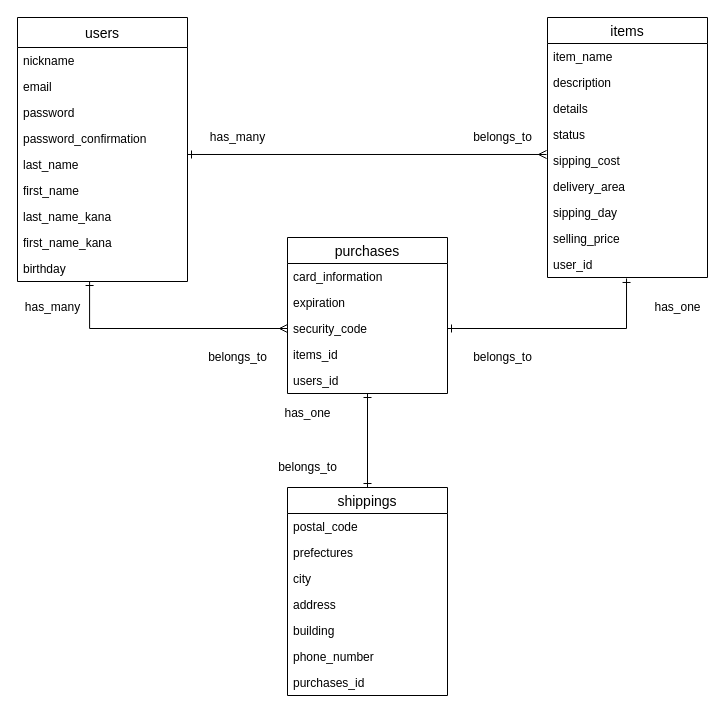
This is furima.dio from nao0313/furima-34535, a draw.io file, before an edit. Source tidied: cells renumbered, new cells numbered last; positions are measured from the earlier drawing's top-left corner, leaving out a move shared by most shapes. Both pictures are drawn from the tidied source at 100%, with x=0, y=0 at pixel (17, 17).
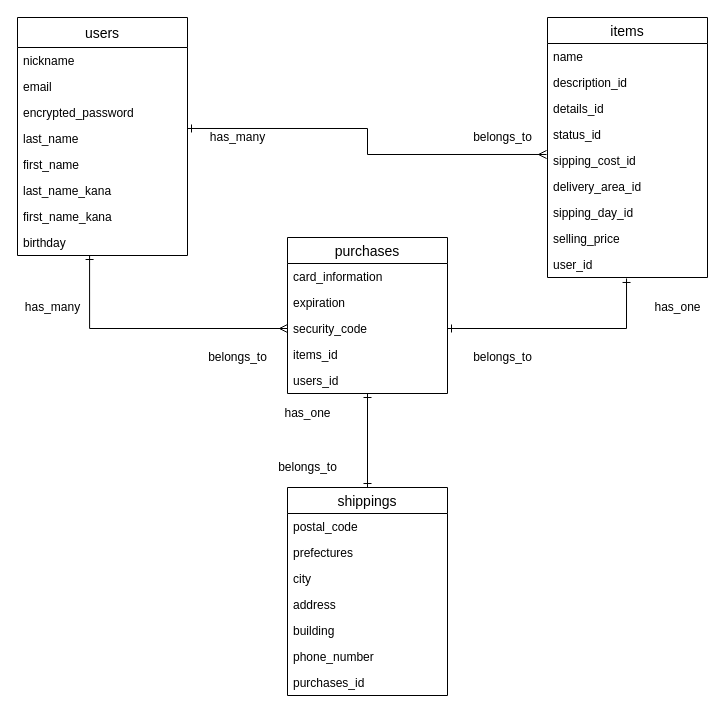
The same diagram, later.

Unchanged cells that the change refers to:
```xml
<mxCell id="30" value="items" style="swimlane;fontStyle=0;horizontal=1;startSize=26;align=center;fontSize=14;" parent="1" vertex="1">
  <mxGeometry x="530" width="160" height="260" as="geometry" />
</mxCell>
```

The edit, as a diff of the source:
```diff
@@
     <mxCell id="14" value="users" style="swimlane;fontStyle=0;horizontal=1;startSize=30;align=center;fontSize=14;" parent="1" vertex="1">
-      <mxGeometry width="170" height="264" as="geometry" />
+      <mxGeometry width="170" height="238" as="geometry" />
     </mxCell>
@@
-    <mxCell id="17" value="password" style="text;strokeColor=none;fillColor=none;spacingLeft=4;spacingRight=4;overflow=hidden;fontSize=12;" parent="14" vertex="1">
+    <mxCell id="17" value="encrypted_password" style="text;strokeColor=none;fillColor=none;spacingLeft=4;spacingRight=4;overflow=hidden;fontSize=12;" parent="14" vertex="1">
       <mxGeometry y="82" width="170" height="26" as="geometry" />
     </mxCell>
-    <mxCell id="18" value="password_confirmation" style="text;strokeColor=none;fillColor=none;spacingLeft=4;spacingRight=4;overflow=hidden;fontSize=12;" parent="14" vertex="1">
-      <mxGeometry y="108" width="170" height="26" as="geometry" />
-    </mxCell>
     <mxCell id="19" value="last_name" style="text;strokeColor=none;fillColor=none;spacingLeft=4;spacingRight=4;overflow=hidden;points=[[0,0.5],[1,0.5]];portConstraint=eastwest;fontSize=12;" parent="14" vertex="1">
-      <mxGeometry y="134" width="170" height="26" as="geometry" />
+      <mxGeometry y="108" width="170" height="26" as="geometry" />
     </mxCell>
     <mxCell id="20" value="first_name" style="text;strokeColor=none;fillColor=none;spacingLeft=4;spacingRight=4;overflow=hidden;fontSize=12;" parent="14" vertex="1">
-      <mxGeometry y="160" width="170" height="26" as="geometry" />
+      <mxGeometry y="134" width="170" height="26" as="geometry" />
     </mxCell>
     <mxCell id="21" value="last_name_kana" style="text;strokeColor=none;fillColor=none;spacingLeft=4;spacingRight=4;overflow=hidden;fontSize=12;" parent="14" vertex="1">
-      <mxGeometry y="186" width="170" height="26" as="geometry" />
+      <mxGeometry y="160" width="170" height="26" as="geometry" />
     </mxCell>
     <mxCell id="22" value="first_name_kana" style="text;strokeColor=none;fillColor=none;spacingLeft=4;spacingRight=4;overflow=hidden;fontSize=12;" parent="14" vertex="1">
-      <mxGeometry y="212" width="170" height="26" as="geometry" />
+      <mxGeometry y="186" width="170" height="26" as="geometry" />
     </mxCell>
     <mxCell id="23" value="birthday" style="text;strokeColor=none;fillColor=none;spacingLeft=4;spacingRight=4;overflow=hidden;points=[[0,0.5],[1,0.5]];portConstraint=eastwest;fontSize=12;" parent="14" vertex="1">
-      <mxGeometry y="238" width="170" height="26" as="geometry" />
+      <mxGeometry y="212" width="170" height="26" as="geometry" />
     </mxCell>
@@
-    <mxCell id="31" value="item_name" style="text;strokeColor=none;fillColor=none;spacingLeft=4;spacingRight=4;overflow=hidden;fontSize=12;" parent="30" vertex="1">
+    <mxCell id="31" value="name" style="text;strokeColor=none;fillColor=none;spacingLeft=4;spacingRight=4;overflow=hidden;fontSize=12;" parent="30" vertex="1">
       <mxGeometry y="26" width="160" height="26" as="geometry" />
     </mxCell>
-    <mxCell id="32" value="description" style="text;strokeColor=none;fillColor=none;spacingLeft=4;spacingRight=4;overflow=hidden;fontSize=12;" parent="30" vertex="1">
+    <mxCell id="32" value="description_id" style="text;strokeColor=none;fillColor=none;spacingLeft=4;spacingRight=4;overflow=hidden;fontSize=12;" parent="30" vertex="1">
       <mxGeometry y="52" width="160" height="26" as="geometry" />
     </mxCell>
-    <mxCell id="33" value="details" style="text;strokeColor=none;fillColor=none;spacingLeft=4;spacingRight=4;overflow=hidden;fontSize=12;" parent="30" vertex="1">
+    <mxCell id="33" value="details_id" style="text;strokeColor=none;fillColor=none;spacingLeft=4;spacingRight=4;overflow=hidden;fontSize=12;" parent="30" vertex="1">
       <mxGeometry y="78" width="160" height="26" as="geometry" />
     </mxCell>
-    <mxCell id="34" value="status" style="text;strokeColor=none;fillColor=none;spacingLeft=4;spacingRight=4;overflow=hidden;fontSize=12;" parent="30" vertex="1">
+    <mxCell id="34" value="status_id" style="text;strokeColor=none;fillColor=none;spacingLeft=4;spacingRight=4;overflow=hidden;fontSize=12;" parent="30" vertex="1">
       <mxGeometry y="104" width="160" height="26" as="geometry" />
     </mxCell>
-    <mxCell id="35" value="sipping_cost" style="text;strokeColor=none;fillColor=none;spacingLeft=4;spacingRight=4;overflow=hidden;points=[[0,0.5],[1,0.5]];portConstraint=eastwest;fontSize=12;" parent="30" vertex="1">
+    <mxCell id="35" value="sipping_cost_id" style="text;strokeColor=none;fillColor=none;spacingLeft=4;spacingRight=4;overflow=hidden;points=[[0,0.5],[1,0.5]];portConstraint=eastwest;fontSize=12;" parent="30" vertex="1">
       <mxGeometry y="130" width="160" height="26" as="geometry" />
     </mxCell>
-    <mxCell id="36" value="delivery_area" style="text;strokeColor=none;fillColor=none;spacingLeft=4;spacingRight=4;overflow=hidden;fontSize=12;" parent="30" vertex="1">
+    <mxCell id="36" value="delivery_area_id" style="text;strokeColor=none;fillColor=none;spacingLeft=4;spacingRight=4;overflow=hidden;fontSize=12;" parent="30" vertex="1">
       <mxGeometry y="156" width="160" height="26" as="geometry" />
     </mxCell>
-    <mxCell id="37" value="sipping_day" style="text;strokeColor=none;fillColor=none;spacingLeft=4;spacingRight=4;overflow=hidden;fontSize=12;" parent="30" vertex="1">
+    <mxCell id="37" value="sipping_day_id" style="text;strokeColor=none;fillColor=none;spacingLeft=4;spacingRight=4;overflow=hidden;fontSize=12;" parent="30" vertex="1">
       <mxGeometry y="182" width="160" height="26" as="geometry" />
     </mxCell>
```
